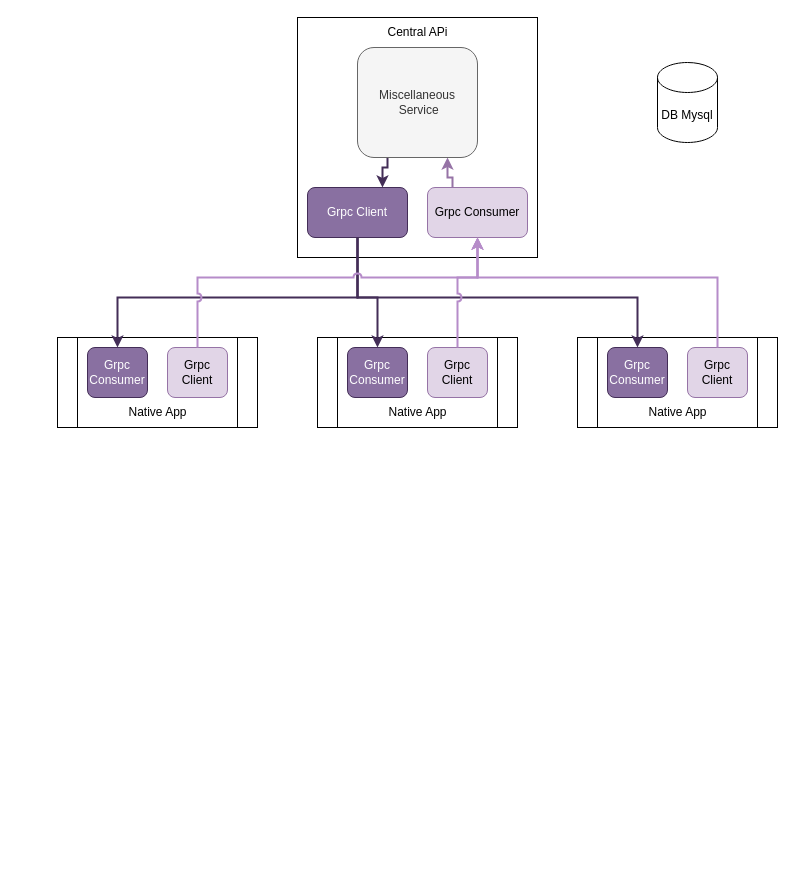
ArturArtimonte/diagrans keeps this draw.io diagram as CopyOrder.drawio. Above is the earlier version. Source tidied: cells renumbered, new cells numbered last; positions are measured from the earlier drawing's top-left corner, leaving out a move shared by most shapes. Both pictures are drawn from the tidied source at 100%, with x=0, y=0 at pixel (57, 17).
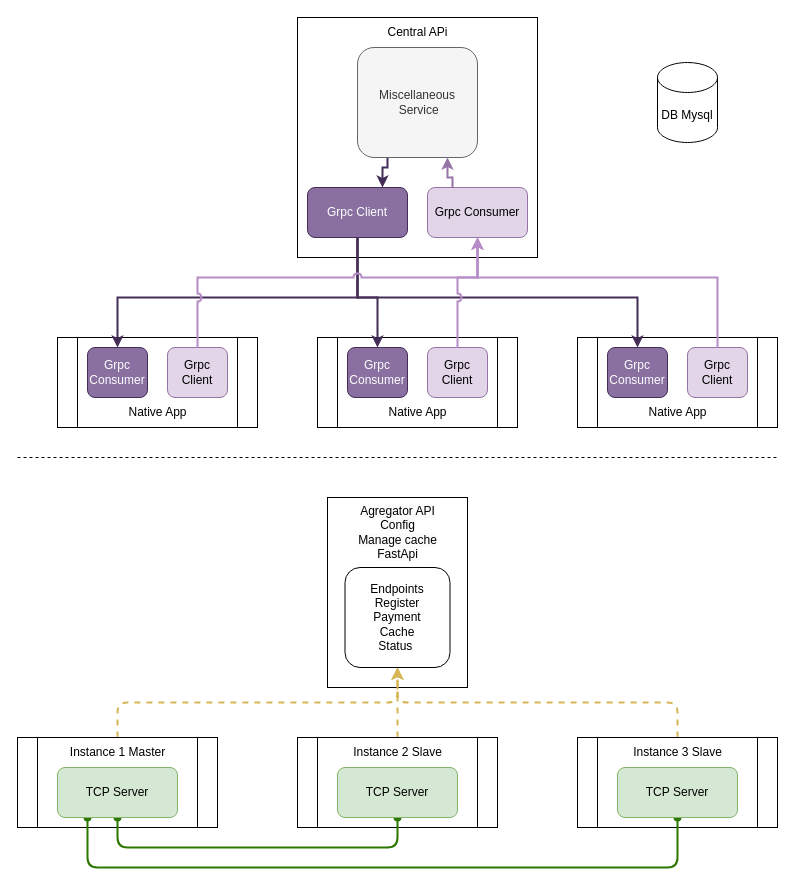
The same diagram, later.

What changed in the source:
```diff
@@
+    <mxCell id="28" style="endArrow=none;dashed=1;html=1;rounded=0;" parent="1" edge="1">
+      <mxGeometry relative="1" as="geometry">
+        <mxPoint x="-40" y="440" as="sourcePoint" />
+        <mxPoint x="720" y="440" as="targetPoint" />
+      </mxGeometry>
+    </mxCell>
+    <mxCell id="29" style="rounded=0;whiteSpace=wrap;html=1;" parent="1" vertex="1">
+      <mxGeometry x="270" y="480" width="140" height="190" as="geometry" />
+    </mxCell>
+    <mxCell id="30" style="edgeStyle=orthogonalEdgeStyle;rounded=1;jettySize=auto;html=1;exitX=0.5;exitY=0;exitDx=0;exitDy=0;entryX=0.5;entryY=1;entryDx=0;entryDy=0;strokeWidth=2;dashed=1;fillColor=#fff2cc;strokeColor=#d6b656;curved=0;" parent="1" edge="1" source="31" target="40">
+      <mxGeometry relative="1" as="geometry" />
+    </mxCell>
+    <mxCell id="31" style="shape=process;whiteSpace=wrap;html=1;backgroundOutline=1;" parent="1" vertex="1">
+      <mxGeometry x="-40" y="720" width="200" height="90" as="geometry" />
+    </mxCell>
+    <mxCell id="32" value="Instance 1 Master" style="text;html=1;align=center;verticalAlign=middle;strokeColor=none;fillColor=none;" parent="1" vertex="1">
+      <mxGeometry y="720" width="120" height="30" as="geometry" />
+    </mxCell>
+    <mxCell id="33" style="edgeStyle=orthogonalEdgeStyle;rounded=1;jettySize=auto;html=1;exitX=0.5;exitY=0;exitDx=0;exitDy=0;entryX=0.5;entryY=1;entryDx=0;entryDy=0;strokeWidth=2;dashed=1;fillColor=#fff2cc;strokeColor=#d6b656;curved=0;" parent="1" edge="1" source="34" target="40">
+      <mxGeometry relative="1" as="geometry" />
+    </mxCell>
+    <mxCell id="34" style="shape=process;whiteSpace=wrap;html=1;backgroundOutline=1;" parent="1" vertex="1">
+      <mxGeometry x="240" y="720" width="200" height="90" as="geometry" />
+    </mxCell>
+    <mxCell id="35" value="Instance 2 Slave" style="text;html=1;align=center;verticalAlign=middle;strokeColor=none;fillColor=none;" parent="1" vertex="1">
+      <mxGeometry x="285" y="720" width="110" height="30" as="geometry" />
+    </mxCell>
+    <mxCell id="36" style="edgeStyle=orthogonalEdgeStyle;rounded=1;jettySize=auto;html=1;exitX=0.5;exitY=0;exitDx=0;exitDy=0;entryX=0.5;entryY=1;entryDx=0;entryDy=0;strokeWidth=2;dashed=1;fillColor=#fff2cc;strokeColor=#d6b656;curved=0;" parent="1" edge="1" source="37" target="40">
+      <mxGeometry relative="1" as="geometry" />
+    </mxCell>
+    <mxCell id="37" style="shape=process;whiteSpace=wrap;html=1;backgroundOutline=1;" parent="1" vertex="1">
+      <mxGeometry x="520" y="720" width="200" height="90" as="geometry" />
+    </mxCell>
+    <mxCell id="38" value="Instance 3 Slave" style="text;html=1;align=center;verticalAlign=middle;strokeColor=none;fillColor=none;" parent="1" vertex="1">
+      <mxGeometry x="565" y="720" width="110" height="30" as="geometry" />
+    </mxCell>
+    <mxCell id="39" value="&lt;span style=&quot;border-color: var(--border-color); color: rgb(0, 0, 0); font-family: Helvetica; font-size: 12px; font-style: normal; font-variant-ligatures: normal; font-variant-caps: normal; font-weight: 400; letter-spacing: normal; orphans: 2; text-align: center; text-indent: 0px; text-transform: none; widows: 2; word-spacing: 0px; -webkit-text-stroke-width: 0px; text-decoration-thickness: initial; text-decoration-style: initial; text-decoration-color: initial; background-color: rgb(251, 251, 251); float: none; display: inline !important;&quot;&gt;Agregator API&lt;/span&gt;&lt;br style=&quot;border-color: var(--border-color); color: rgb(0, 0, 0); font-family: Helvetica; font-size: 12px; font-style: normal; font-variant-ligatures: normal; font-variant-caps: normal; font-weight: 400; letter-spacing: normal; orphans: 2; text-align: center; text-indent: 0px; text-transform: none; widows: 2; word-spacing: 0px; -webkit-text-stroke-width: 0px; text-decoration-thickness: initial; text-decoration-style: initial; text-decoration-color: initial; background-color: rgb(251, 251, 251);&quot;&gt;&lt;span style=&quot;border-color: var(--border-color); color: rgb(0, 0, 0); font-family: Helvetica; font-size: 12px; font-style: normal; font-variant-ligatures: normal; font-variant-caps: normal; font-weight: 400; letter-spacing: normal; orphans: 2; text-align: center; text-indent: 0px; text-transform: none; widows: 2; word-spacing: 0px; -webkit-text-stroke-width: 0px; text-decoration-thickness: initial; text-decoration-style: initial; text-decoration-color: initial; background-color: rgb(251, 251, 251); float: none; display: inline !important;&quot;&gt;Config&lt;/span&gt;&lt;br style=&quot;border-color: var(--border-color); color: rgb(0, 0, 0); font-family: Helvetica; font-size: 12px; font-style: normal; font-variant-ligatures: normal; font-variant-caps: normal; font-weight: 400; letter-spacing: normal; orphans: 2; text-align: center; text-indent: 0px; text-transform: none; widows: 2; word-spacing: 0px; -webkit-text-stroke-width: 0px; text-decoration-thickness: initial; text-decoration-style: initial; text-decoration-color: initial; background-color: rgb(251, 251, 251);&quot;&gt;&lt;span style=&quot;border-color: var(--border-color); color: rgb(0, 0, 0); font-family: Helvetica; font-size: 12px; font-style: normal; font-variant-ligatures: normal; font-variant-caps: normal; font-weight: 400; letter-spacing: normal; orphans: 2; text-align: center; text-indent: 0px; text-transform: none; widows: 2; word-spacing: 0px; -webkit-text-stroke-width: 0px; text-decoration-thickness: initial; text-decoration-style: initial; text-decoration-color: initial; background-color: rgb(251, 251, 251); float: none; display: inline !important;&quot;&gt;Manage cache&lt;/span&gt;&lt;br style=&quot;border-color: var(--border-color); color: rgb(0, 0, 0); font-family: Helvetica; font-size: 12px; font-style: normal; font-variant-ligatures: normal; font-variant-caps: normal; font-weight: 400; letter-spacing: normal; orphans: 2; text-align: center; text-indent: 0px; text-transform: none; widows: 2; word-spacing: 0px; -webkit-text-stroke-width: 0px; text-decoration-thickness: initial; text-decoration-style: initial; text-decoration-color: initial; background-color: rgb(251, 251, 251);&quot;&gt;&lt;span style=&quot;border-color: var(--border-color); color: rgb(0, 0, 0); font-family: Helvetica; font-size: 12px; font-style: normal; font-variant-ligatures: normal; font-variant-caps: normal; font-weight: 400; letter-spacing: normal; orphans: 2; text-align: center; text-indent: 0px; text-transform: none; widows: 2; word-spacing: 0px; -webkit-text-stroke-width: 0px; text-decoration-thickness: initial; text-decoration-style: initial; text-decoration-color: initial; background-color: rgb(251, 251, 251); float: none; display: inline !important;&quot;&gt;FastApi&lt;/span&gt;" style="text;html=1;strokeColor=none;fillColor=none;align=center;verticalAlign=middle;whiteSpace=wrap;rounded=0;" parent="1" vertex="1">
+      <mxGeometry x="272.5" y="480" width="135" height="70" as="geometry" />
+    </mxCell>
+    <mxCell id="40" style="rounded=1;whiteSpace=wrap;html=1;" parent="1" vertex="1">
+      <mxGeometry x="287.5" y="550" width="105" height="100" as="geometry" />
+    </mxCell>
+    <mxCell id="41" value="Endpoints&lt;br&gt;Register&lt;br&gt;Payment&lt;br&gt;Cache&lt;br&gt;Status&amp;nbsp;" style="text;html=1;strokeColor=none;fillColor=none;align=center;verticalAlign=middle;whiteSpace=wrap;rounded=0;" parent="1" vertex="1">
+      <mxGeometry x="310" y="560" width="60" height="80" as="geometry" />
+    </mxCell>
+    <mxCell id="42" style="edgeStyle=orthogonalEdgeStyle;rounded=1;jettySize=auto;html=1;exitX=0.5;exitY=1;exitDx=0;exitDy=0;entryX=0.5;entryY=1;entryDx=0;entryDy=0;startArrow=oval;startFill=1;endArrow=oval;endFill=1;curved=0;fillColor=#60a917;strokeColor=#2D7600;strokeWidth=2;" parent="1" edge="1" source="46" target="45">
+      <mxGeometry relative="1" as="geometry">
+        <Array as="points">
+          <mxPoint x="60" y="830" />
+          <mxPoint x="340" y="830" />
+        </Array>
+      </mxGeometry>
+    </mxCell>
+    <mxCell id="43" style="edgeStyle=orthogonalEdgeStyle;rounded=1;jettySize=auto;html=1;exitX=0.25;exitY=1;exitDx=0;exitDy=0;entryX=0.5;entryY=1;entryDx=0;entryDy=0;startArrow=oval;startFill=1;endArrow=oval;endFill=1;curved=0;fillColor=#60a917;strokeColor=#2D7600;strokeWidth=2;" parent="1" edge="1" source="46" target="44">
+      <mxGeometry relative="1" as="geometry">
+        <Array as="points">
+          <mxPoint x="30" y="850" />
+          <mxPoint x="620" y="850" />
+        </Array>
+      </mxGeometry>
+    </mxCell>
+    <mxCell id="44" value="TCP&amp;nbsp;Server" style="rounded=1;whiteSpace=wrap;html=1;fillColor=#d5e8d4;strokeColor=#82b366;" parent="1" vertex="1">
+      <mxGeometry x="560" y="750" width="120" height="50" as="geometry" />
+    </mxCell>
+    <mxCell id="45" value="TCP&amp;nbsp;Server" style="rounded=1;whiteSpace=wrap;html=1;fillColor=#d5e8d4;strokeColor=#82b366;" parent="1" vertex="1">
+      <mxGeometry x="280" y="750" width="120" height="50" as="geometry" />
+    </mxCell>
+    <mxCell id="46" value="TCP&amp;nbsp;Server" style="rounded=1;whiteSpace=wrap;html=1;fillColor=#d5e8d4;strokeColor=#82b366;" parent="1" vertex="1">
+      <mxGeometry y="750" width="120" height="50" as="geometry" />
+    </mxCell>
```
